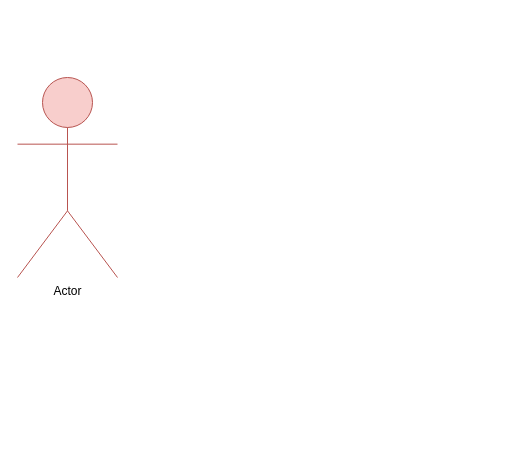
Before: 김밥UseCase.drawio in KANGYUEUN/OneDayProject-230922, a draw.io diagram. Source tidied: cells renumbered, new cells numbered last; positions are measured from the earlier drawing's top-left corner, leaving out a move shared by most shapes. Both pictures are drawn from the tidied source at 100%, with x=0, y=0 at pixel (17, 77).
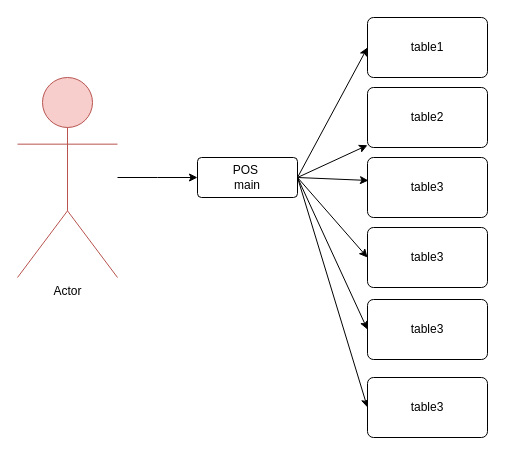
The same diagram, later.

What changed in the source:
```diff
@@
 <mxGraphModel>
   <root>
     <mxCell id="0" />
     <mxCell id="1" parent="0" />
+    <mxCell id="3" style="edgeStyle=orthogonalEdgeStyle;rounded=0;jettySize=auto;html=1;" parent="1" edge="1" source="2">
+      <mxGeometry relative="1" as="geometry">
+        <mxPoint x="180" y="100" as="targetPoint" />
+      </mxGeometry>
+    </mxCell>
     <mxCell id="2" value="Actor" style="shape=umlActor;verticalLabelPosition=bottom;verticalAlign=top;html=1;outlineConnect=0;fillColor=#f8cecc;strokeColor=#b85450;" parent="1" vertex="1">
       <mxGeometry width="100" height="200" as="geometry" />
     </mxCell>
+    <mxCell id="4" style="rounded=0;jettySize=auto;html=1;exitX=1;exitY=0.5;exitDx=0;exitDy=0;" parent="1" edge="1" source="10" target="11">
+      <mxGeometry relative="1" as="geometry" />
+    </mxCell>
+    <mxCell id="5" style="rounded=0;jettySize=auto;html=1;exitX=1;exitY=0.5;exitDx=0;exitDy=0;entryX=0.008;entryY=0.383;entryDx=0;entryDy=0;entryPerimeter=0;" parent="1" edge="1" source="10" target="12">
+      <mxGeometry relative="1" as="geometry" />
+    </mxCell>
+    <mxCell id="6" style="edgeStyle=none;shape=connector;rounded=0;jettySize=auto;html=1;entryX=0;entryY=0.5;entryDx=0;entryDy=0;labelBackgroundColor=default;strokeColor=default;fontFamily=Helvetica;fontSize=11;fontColor=default;endArrow=classic;exitX=1;exitY=0.5;exitDx=0;exitDy=0;" parent="1" edge="1" source="10" target="13">
+      <mxGeometry relative="1" as="geometry" />
+    </mxCell>
+    <mxCell id="7" style="edgeStyle=none;shape=connector;rounded=0;jettySize=auto;html=1;entryX=0;entryY=0.5;entryDx=0;entryDy=0;labelBackgroundColor=default;strokeColor=default;fontFamily=Helvetica;fontSize=11;fontColor=default;endArrow=classic;exitX=1;exitY=0.5;exitDx=0;exitDy=0;" parent="1" edge="1" source="10" target="14">
+      <mxGeometry relative="1" as="geometry" />
+    </mxCell>
+    <mxCell id="8" style="edgeStyle=none;shape=connector;rounded=0;jettySize=auto;html=1;entryX=0;entryY=0.5;entryDx=0;entryDy=0;labelBackgroundColor=default;strokeColor=default;fontFamily=Helvetica;fontSize=11;fontColor=default;endArrow=classic;exitX=1;exitY=0.5;exitDx=0;exitDy=0;" parent="1" edge="1" source="10" target="15">
+      <mxGeometry relative="1" as="geometry" />
+    </mxCell>
+    <mxCell id="9" style="edgeStyle=none;shape=connector;rounded=0;jettySize=auto;html=1;entryX=0;entryY=0.5;entryDx=0;entryDy=0;labelBackgroundColor=default;strokeColor=default;fontFamily=Helvetica;fontSize=11;fontColor=default;endArrow=classic;exitX=1;exitY=0.5;exitDx=0;exitDy=0;" parent="1" edge="1" source="10" target="16">
+      <mxGeometry relative="1" as="geometry" />
+    </mxCell>
+    <mxCell id="10" value="POS&amp;nbsp;&lt;br&gt;main" style="rounded=1;arcSize=10;whiteSpace=wrap;html=1;align=center;" parent="1" vertex="1">
+      <mxGeometry x="180" y="80" width="100" height="40" as="geometry" />
+    </mxCell>
+    <mxCell id="11" value="table2" style="whiteSpace=wrap;html=1;rounded=1;arcSize=10;" parent="1" vertex="1">
+      <mxGeometry x="350" y="10" width="120" height="60" as="geometry" />
+    </mxCell>
+    <mxCell id="12" value="table3" style="whiteSpace=wrap;html=1;rounded=1;arcSize=10;" parent="1" vertex="1">
+      <mxGeometry x="350" y="80" width="120" height="60" as="geometry" />
+    </mxCell>
+    <mxCell id="13" value="table1" style="whiteSpace=wrap;html=1;rounded=1;arcSize=10;" parent="1" vertex="1">
+      <mxGeometry x="350" y="-60" width="120" height="60" as="geometry" />
+    </mxCell>
+    <mxCell id="14" value="table3" style="whiteSpace=wrap;html=1;rounded=1;arcSize=10;" parent="1" vertex="1">
+      <mxGeometry x="350" y="150" width="120" height="60" as="geometry" />
+    </mxCell>
+    <mxCell id="15" value="table3" style="whiteSpace=wrap;html=1;rounded=1;arcSize=10;" parent="1" vertex="1">
+      <mxGeometry x="350" y="222" width="120" height="60" as="geometry" />
+    </mxCell>
+    <mxCell id="16" value="table3" style="whiteSpace=wrap;html=1;rounded=1;arcSize=10;" parent="1" vertex="1">
+      <mxGeometry x="350" y="300" width="120" height="60" as="geometry" />
+    </mxCell>
   </root>
 </mxGraphModel>
```
